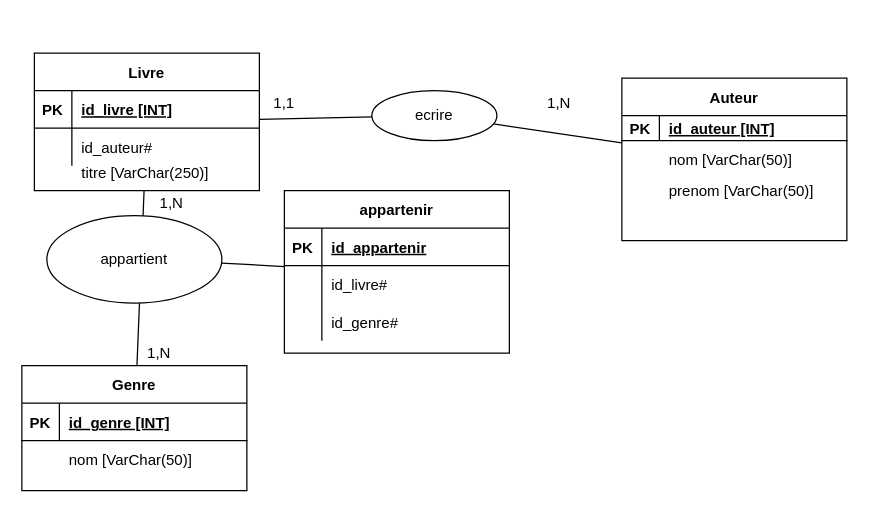
Earlier version of the draw.io diagram page "Page-1" (1 of 3) of Untitled Diagram.drawio (Pakulic/Maquettage_Site_web). Source tidied: cells renumbered, new cells numbered last; positions are measured from the earlier drawing's top-left corner, leaving out a move shared by most shapes. Both pictures are drawn from the tidied source at 125%, with x=0, y=0 at pixel (21, 52).
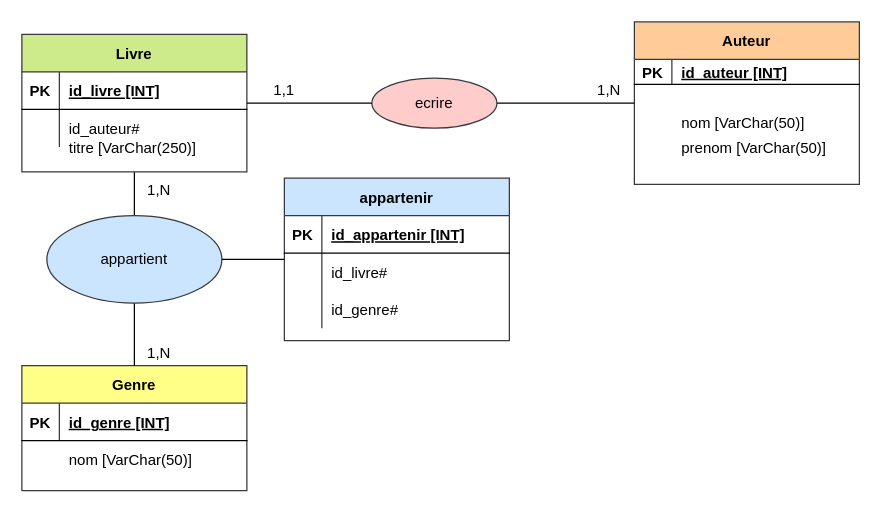
Above is the later version.

The change refers to these unchanged cells:
```xml
<mxCell id="25" style="shape=partialRectangle;fillColor=none;top=0;left=0;bottom=1;right=0;" parent="24" vertex="1">
  <mxGeometry y="30" width="180" height="30" as="geometry" />
</mxCell>
```

Diff of the diagram source:
```diff
@@
-    <mxCell id="2" value="Auteur" style="shape=table;startSize=30;childLayout=tableLayout;rowLines=0;fontStyle=1;align=center;" parent="1" vertex="1">
-      <mxGeometry x="480" y="20" width="180" height="130" as="geometry" />
+    <mxCell id="2" value="Auteur" style="shape=table;startSize=30;childLayout=tableLayout;rowLines=0;fontStyle=1;align=center;fillColor=#ffcc99;strokeColor=#36393d;" parent="1" vertex="1">
+      <mxGeometry x="490" y="-25" width="180" height="130" as="geometry" />
     </mxCell>
@@
     <mxCell id="6" value="1,1" style="text;html=1;strokeColor=none;fillColor=none;align=center;verticalAlign=middle;whiteSpace=wrap;rounded=0;" parent="1" vertex="1">
-      <mxGeometry x="190" y="30" width="40" height="20" as="geometry" />
+      <mxGeometry x="190" y="20" width="40" height="20" as="geometry" />
     </mxCell>
     <mxCell id="7" value="1,N" style="text;html=1;strokeColor=none;fillColor=none;align=center;verticalAlign=middle;whiteSpace=wrap;rounded=0;" parent="1" vertex="1">
-      <mxGeometry x="410" y="30" width="40" height="20" as="geometry" />
+      <mxGeometry x="450" y="20" width="40" height="20" as="geometry" />
     </mxCell>
-    <mxCell id="8" value="Genre" style="shape=table;startSize=30;childLayout=tableLayout;rowLines=0;fontStyle=1;align=center;" parent="1" vertex="1">
+    <mxCell id="8" value="Genre" style="shape=table;startSize=30;childLayout=tableLayout;rowLines=0;fontStyle=1;align=center;fillColor=#ffff88;strokeColor=#36393d;" parent="1" vertex="1">
       <mxGeometry y="250" width="180" height="100" as="geometry" />
     </mxCell>
@@
-    <mxCell id="13" value="Livre" style="shape=table;startSize=30;childLayout=tableLayout;rowLines=0;fontStyle=1;align=center;" parent="1" vertex="1">
-      <mxGeometry x="10" width="180" height="110" as="geometry" />
+    <mxCell id="13" value="Livre" style="shape=table;startSize=30;childLayout=tableLayout;rowLines=0;fontStyle=1;align=center;fillColor=#cdeb8b;strokeColor=#36393d;" parent="1" vertex="1">
+      <mxGeometry y="-15" width="180" height="110" as="geometry" />
     </mxCell>
@@
     <mxCell id="20" style="endArrow=none;html=1;rounded=0;startArrow=none;" parent="1" edge="1" source="35" target="2">
-      <mxGeometry relative="1" as="geometry" />
+      <mxGeometry relative="1" as="geometry">
+        <Array as="points">
+          <mxPoint x="440" y="40" />
+        </Array>
+      </mxGeometry>
     </mxCell>
-    <mxCell id="21" value="appartient" style="ellipse;whiteSpace=wrap;html=1;" parent="1" vertex="1">
+    <mxCell id="21" value="appartient" style="ellipse;whiteSpace=wrap;html=1;fillColor=#cce5ff;strokeColor=#36393d;" parent="1" vertex="1">
       <mxGeometry x="20" y="130" width="140" height="70" as="geometry" />
     </mxCell>
@@
     <mxCell id="23" value="1,N" style="text;html=1;strokeColor=none;fillColor=none;align=center;verticalAlign=middle;whiteSpace=wrap;rounded=0;" parent="1" vertex="1">
-      <mxGeometry x="100" y="110" width="40" height="20" as="geometry" />
+      <mxGeometry x="90" y="100" width="40" height="20" as="geometry" />
     </mxCell>
-    <mxCell id="24" value="appartenir" style="shape=table;startSize=30;childLayout=tableLayout;rowLines=0;fontStyle=1;align=center;" parent="1" vertex="1">
-      <mxGeometry x="210" y="110" width="180" height="130" as="geometry" />
+    <mxCell id="24" value="appartenir" style="shape=table;startSize=30;childLayout=tableLayout;rowLines=0;fontStyle=1;align=center;fillColor=#cce5ff;strokeColor=#36393d;" parent="1" vertex="1">
+      <mxGeometry x="210" y="100" width="180" height="130" as="geometry" />
     </mxCell>
@@
-    <mxCell id="27" value="id_appartenir" style="shape=partialRectangle;fillColor=none;top=0;left=0;bottom=0;right=0;align=left;spacingLeft=6;fontStyle=5;overflow=hidden;" parent="25" vertex="1">
+    <mxCell id="27" value="id_appartenir [INT]" style="shape=partialRectangle;fillColor=none;top=0;left=0;bottom=0;right=0;align=left;spacingLeft=6;fontStyle=5;overflow=hidden;" parent="25" vertex="1">
       <mxGeometry x="30" width="150" height="30" as="geometry" />
     </mxCell>
@@
-    <mxCell id="35" value="ecrire" style="ellipse;whiteSpace=wrap;html=1;align=center;" parent="1" vertex="1">
-      <mxGeometry x="280" y="30" width="100" height="40" as="geometry" />
+    <mxCell id="35" value="ecrire" style="ellipse;whiteSpace=wrap;html=1;align=center;fillColor=#ffcccc;strokeColor=#36393d;" parent="1" vertex="1">
+      <mxGeometry x="280" y="20" width="100" height="40" as="geometry" />
     </mxCell>
@@
     <mxCell id="38" value="nom  [VarChar(50)]" style="shape=partialRectangle;fillColor=none;top=0;left=0;bottom=0;right=0;align=left;spacingLeft=6;overflow=hidden;" parent="1" vertex="1">
-      <mxGeometry x="510" y="70" width="150" height="30" as="geometry" />
+      <mxGeometry x="520" y="40" width="150" height="30" as="geometry" />
     </mxCell>
     <mxCell id="39" value="prenom [VarChar(50)]" style="shape=partialRectangle;fillColor=none;top=0;left=0;bottom=0;right=0;align=left;spacingLeft=6;overflow=hidden;" parent="1" vertex="1">
-      <mxGeometry x="510" y="95" width="150" height="30" as="geometry" />
+      <mxGeometry x="520" y="60" width="150" height="30" as="geometry" />
     </mxCell>
     <mxCell id="40" style="shape=partialRectangle;fillColor=none;top=0;left=0;bottom=0;right=0;" parent="1" vertex="1">
-      <mxGeometry x="10" y="80" width="180" height="30" as="geometry" />
+      <mxGeometry y="60" width="180" height="30" as="geometry" />
     </mxCell>
```
